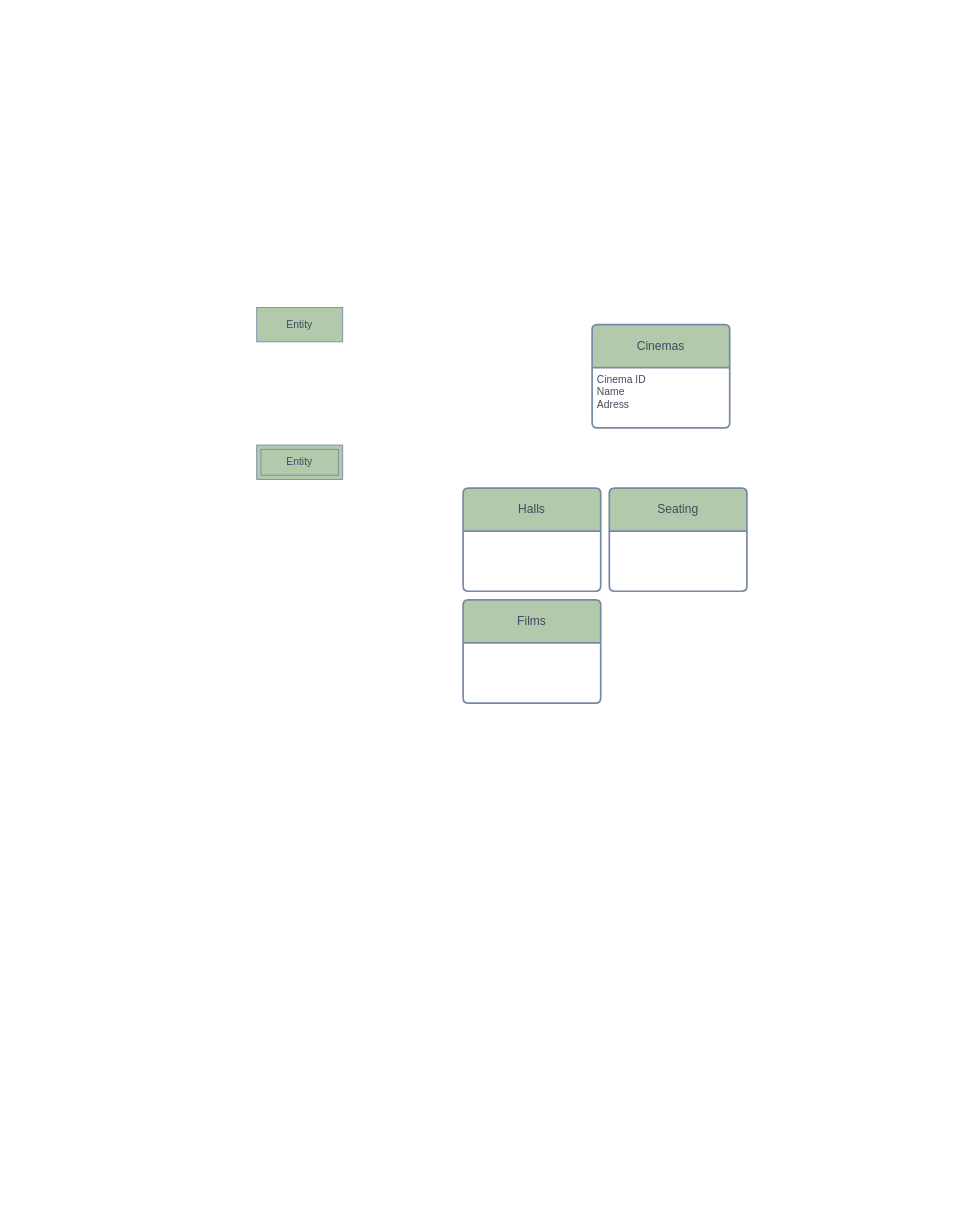
This is Cinema.drawio from IP2312/Database, a draw.io file, before an edit. Source tidied: cells renumbered, new cells numbered last; positions are measured from the earlier drawing's top-left corner, leaving out a move shared by most shapes. Both pictures are drawn from the tidied source at 86%, with x=0, y=0 at pixel (256, 307).
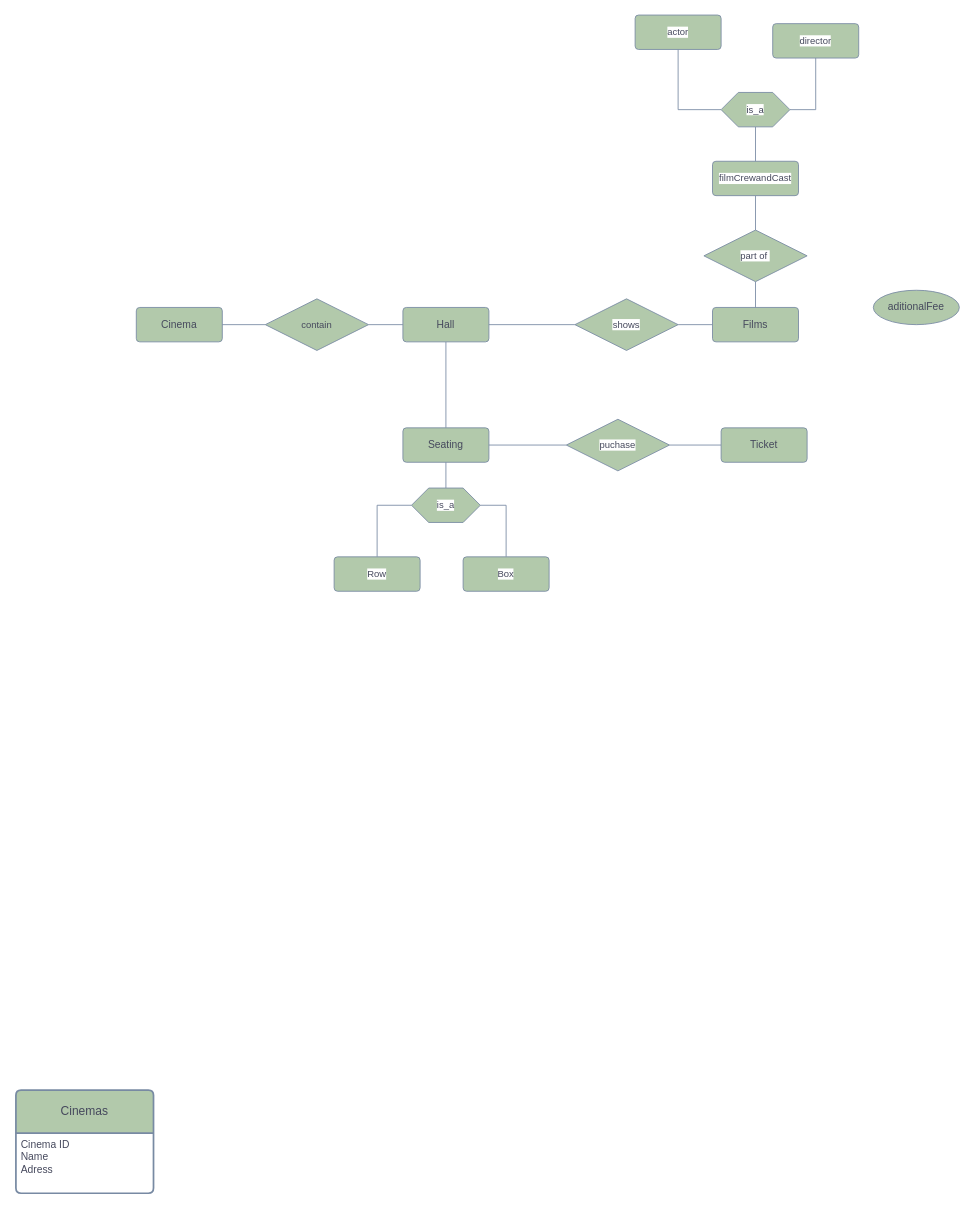
Above is the later version.

The edit, as a diff of the source:
```diff
@@
     <mxCell id="2" value="Cinemas" style="swimlane;horizontal=1;startSize=50;rounded=1;fontSize=14;fontStyle=0;strokeWidth=2;shadow=0;dashed=0;align=center;arcSize=4;whiteSpace=wrap;html=1;labelBackgroundColor=none;fillColor=#B2C9AB;strokeColor=#788AA3;fontColor=#46495D;" parent="1" vertex="1">
-      <mxGeometry x="390" y="20" width="160" height="120" as="geometry" />
+      <mxGeometry x="-280" y="910" width="160" height="120" as="geometry" />
     </mxCell>
@@
-    <mxCell id="4" value="Halls" style="swimlane;horizontal=1;startSize=50;rounded=1;fontSize=14;fontStyle=0;strokeWidth=2;shadow=0;dashed=0;align=center;arcSize=4;whiteSpace=wrap;html=1;labelBackgroundColor=none;fillColor=#B2C9AB;strokeColor=#788AA3;fontColor=#46495D;" parent="1" vertex="1">
-      <mxGeometry x="240" y="210" width="160" height="120" as="geometry" />
-    </mxCell>
+    <mxCell id="9" value="aditionalFee" style="ellipse;whiteSpace=wrap;html=1;align=center;labelBackgroundColor=none;fillColor=#B2C9AB;strokeColor=#788AA3;fontColor=#46495D;" parent="1" vertex="1">
+      <mxGeometry x="717" y="-20" width="100" height="40" as="geometry" />
+    </mxCell>
+    <mxCell id="10" style="edgeStyle=orthogonalEdgeStyle;rounded=0;jettySize=auto;html=1;strokeColor=#788AA3;fontColor=#46495D;fillColor=#B2C9AB;entryX=0.5;entryY=0;entryDx=0;entryDy=0;endArrow=none;startFill=0;" parent="1" edge="1" source="12" target="6">
+      <mxGeometry relative="1" as="geometry" />
+    </mxCell>
+    <mxCell id="11" style="edgeStyle=orthogonalEdgeStyle;shape=connector;rounded=0;jettySize=auto;html=1;entryX=0;entryY=0.5;entryDx=0;entryDy=0;strokeColor=#788AA3;align=center;verticalAlign=middle;fontFamily=Helvetica;fontSize=11;fontColor=#46495D;labelBackgroundColor=default;startFill=0;endArrow=none;fillColor=#B2C9AB;" parent="1" edge="1" source="20" target="5">
+      <mxGeometry relative="1" as="geometry" />
+    </mxCell>
+    <mxCell id="12" value="Hall" style="rounded=1;arcSize=10;whiteSpace=wrap;html=1;align=center;strokeColor=#788AA3;fontColor=#46495D;fillColor=#B2C9AB;labelBackgroundColor=none;" parent="1" vertex="1">
+      <mxGeometry x="170" width="100" height="40" as="geometry" />
+    </mxCell>
+    <mxCell id="13" style="edgeStyle=orthogonalEdgeStyle;rounded=0;jettySize=auto;html=1;strokeColor=#788AA3;fontColor=default;fillColor=#B2C9AB;endArrow=none;startFill=0;labelBackgroundColor=none;" parent="1" edge="1" source="18" target="12">
+      <mxGeometry relative="1" as="geometry" />
+    </mxCell>
+    <mxCell id="14" value="Cinema" style="rounded=1;arcSize=10;whiteSpace=wrap;html=1;align=center;strokeColor=#788AA3;fontColor=#46495D;fillColor=#B2C9AB;labelBackgroundColor=none;" parent="1" vertex="1">
+      <mxGeometry x="-140" width="100" height="40" as="geometry" />
+    </mxCell>
+    <mxCell id="15" style="edgeStyle=orthogonalEdgeStyle;shape=connector;rounded=0;jettySize=auto;html=1;entryX=0;entryY=0.5;entryDx=0;entryDy=0;strokeColor=#788AA3;align=center;verticalAlign=middle;fontFamily=Helvetica;fontSize=11;fontColor=#46495D;labelBackgroundColor=default;startFill=0;endArrow=none;fillColor=#B2C9AB;" parent="1" edge="1" source="29" target="27">
+      <mxGeometry relative="1" as="geometry" />
+    </mxCell>
+    <mxCell id="6" value="Seating" style="rounded=1;arcSize=10;whiteSpace=wrap;html=1;align=center;strokeColor=#788AA3;fontColor=#46495D;fillColor=#B2C9AB;labelBackgroundColor=none;" parent="1" vertex="1">
+      <mxGeometry x="170" y="140" width="100" height="40" as="geometry" />
+    </mxCell>
+    <mxCell id="16" style="edgeStyle=orthogonalEdgeStyle;shape=connector;rounded=0;jettySize=auto;html=1;exitX=0.5;exitY=0;exitDx=0;exitDy=0;entryX=0.5;entryY=1;entryDx=0;entryDy=0;strokeColor=#788AA3;align=center;verticalAlign=middle;fontFamily=Helvetica;fontSize=11;fontColor=#46495D;labelBackgroundColor=default;startFill=0;endArrow=none;fillColor=#B2C9AB;" parent="1" edge="1" source="32" target="30">
+      <mxGeometry relative="1" as="geometry" />
+    </mxCell>
-    <mxCell id="5" value="Films" style="swimlane;horizontal=1;startSize=50;rounded=1;fontSize=14;fontStyle=0;strokeWidth=2;shadow=0;dashed=0;align=center;arcSize=4;whiteSpace=wrap;html=1;labelBackgroundColor=none;fillColor=#B2C9AB;strokeColor=#788AA3;fontColor=#46495D;" parent="1" vertex="1">
-      <mxGeometry x="240" y="340" width="160" height="120" as="geometry" />
+    <mxCell id="5" value="Films" style="rounded=1;arcSize=10;whiteSpace=wrap;html=1;align=center;strokeColor=#788AA3;fontColor=#46495D;fillColor=#B2C9AB;labelBackgroundColor=none;" parent="1" vertex="1">
+      <mxGeometry x="530" width="100" height="40" as="geometry" />
     </mxCell>
-    <mxCell id="6" value="Seating" style="swimlane;horizontal=1;startSize=50;rounded=1;fontSize=14;fontStyle=0;strokeWidth=2;shadow=0;dashed=0;align=center;arcSize=4;whiteSpace=wrap;html=1;labelBackgroundColor=none;fillColor=#B2C9AB;strokeColor=#788AA3;fontColor=#46495D;" parent="1" vertex="1">
-      <mxGeometry x="410" y="210" width="160" height="120" as="geometry" />
-    </mxCell>
-    <mxCell id="7" value="Entity" style="shape=ext;margin=3;double=1;whiteSpace=wrap;html=1;align=center;strokeColor=#788AA3;fontColor=#46495D;fillColor=#B2C9AB;" parent="1" vertex="1">
-      <mxGeometry y="160" width="100" height="40" as="geometry" />
-    </mxCell>
-    <mxCell id="8" value="Entity" style="whiteSpace=wrap;html=1;align=center;strokeColor=#788AA3;fontColor=#46495D;fillColor=#B2C9AB;" parent="1" vertex="1">
-      <mxGeometry width="100" height="40" as="geometry" />
-    </mxCell>
+    <mxCell id="17" style="edgeStyle=orthogonalEdgeStyle;rounded=0;jettySize=auto;html=1;strokeColor=#788AA3;fontColor=default;fillColor=#B2C9AB;endArrow=none;startFill=0;labelBackgroundColor=none;" parent="1" edge="1" source="14" target="18">
+      <mxGeometry relative="1" as="geometry" />
+    </mxCell>
+    <mxCell id="18" value="contain" style="shape=rhombus;perimeter=rhombusPerimeter;whiteSpace=wrap;html=1;align=center;strokeColor=#788AA3;fontFamily=Helvetica;fontSize=11;fontColor=#46495D;labelBackgroundColor=none;fillColor=#B2C9AB;" parent="1" vertex="1">
+      <mxGeometry x="10" y="-10" width="120" height="60" as="geometry" />
+    </mxCell>
+    <mxCell id="19" style="edgeStyle=orthogonalEdgeStyle;shape=connector;rounded=0;jettySize=auto;html=1;entryX=0;entryY=0.5;entryDx=0;entryDy=0;strokeColor=#788AA3;align=center;verticalAlign=middle;fontFamily=Helvetica;fontSize=11;fontColor=#46495D;labelBackgroundColor=default;startFill=0;endArrow=none;fillColor=#B2C9AB;" parent="1" edge="1" source="12" target="20">
+      <mxGeometry relative="1" as="geometry" />
+    </mxCell>
+    <mxCell id="20" value="shows" style="shape=rhombus;perimeter=rhombusPerimeter;whiteSpace=wrap;html=1;align=center;strokeColor=#788AA3;fontFamily=Helvetica;fontSize=11;fontColor=#46495D;labelBackgroundColor=default;fillColor=#B2C9AB;" parent="1" vertex="1">
+      <mxGeometry x="370" y="-10" width="120" height="60" as="geometry" />
+    </mxCell>
+    <mxCell id="21" style="edgeStyle=orthogonalEdgeStyle;shape=connector;rounded=0;jettySize=auto;html=1;entryX=0;entryY=0.5;entryDx=0;entryDy=0;strokeColor=#788AA3;align=center;verticalAlign=middle;fontFamily=Helvetica;fontSize=11;fontColor=#46495D;labelBackgroundColor=default;startFill=0;endArrow=none;fillColor=#B2C9AB;" parent="1" edge="1" source="22" target="26">
+      <mxGeometry relative="1" as="geometry" />
+    </mxCell>
+    <mxCell id="22" value="Row" style="rounded=1;arcSize=10;whiteSpace=wrap;html=1;align=center;strokeColor=#788AA3;fontFamily=Helvetica;fontSize=11;fontColor=#46495D;labelBackgroundColor=default;fillColor=#B2C9AB;" parent="1" vertex="1">
+      <mxGeometry x="90" y="290" width="100" height="40" as="geometry" />
+    </mxCell>
+    <mxCell id="23" style="edgeStyle=orthogonalEdgeStyle;shape=connector;rounded=0;jettySize=auto;html=1;entryX=1;entryY=0.5;entryDx=0;entryDy=0;strokeColor=#788AA3;align=center;verticalAlign=middle;fontFamily=Helvetica;fontSize=11;fontColor=#46495D;labelBackgroundColor=default;startFill=0;endArrow=none;fillColor=#B2C9AB;" parent="1" edge="1" source="24" target="26">
+      <mxGeometry relative="1" as="geometry" />
+    </mxCell>
+    <mxCell id="24" value="Box" style="rounded=1;arcSize=10;whiteSpace=wrap;html=1;align=center;strokeColor=#788AA3;fontFamily=Helvetica;fontSize=11;fontColor=#46495D;labelBackgroundColor=default;fillColor=#B2C9AB;" parent="1" vertex="1">
+      <mxGeometry x="240" y="290" width="100" height="40" as="geometry" />
+    </mxCell>
+    <mxCell id="25" style="edgeStyle=orthogonalEdgeStyle;shape=connector;rounded=0;jettySize=auto;html=1;exitX=0.5;exitY=0;exitDx=0;exitDy=0;entryX=0.5;entryY=1;entryDx=0;entryDy=0;strokeColor=#788AA3;align=center;verticalAlign=middle;fontFamily=Helvetica;fontSize=11;fontColor=#46495D;labelBackgroundColor=default;startFill=0;endArrow=none;fillColor=#B2C9AB;" parent="1" edge="1" source="26" target="6">
+      <mxGeometry relative="1" as="geometry" />
+    </mxCell>
+    <mxCell id="26" value="is_a" style="shape=hexagon;perimeter=hexagonPerimeter2;whiteSpace=wrap;html=1;fixedSize=1;strokeColor=#788AA3;fontFamily=Helvetica;fontSize=11;fontColor=#46495D;labelBackgroundColor=default;fillColor=#B2C9AB;" parent="1" vertex="1">
+      <mxGeometry x="180" y="210" width="80" height="40" as="geometry" />
+    </mxCell>
+    <mxCell id="27" value="Ticket" style="rounded=1;arcSize=10;whiteSpace=wrap;html=1;align=center;strokeColor=#788AA3;fontColor=#46495D;fillColor=#B2C9AB;labelBackgroundColor=none;" parent="1" vertex="1">
+      <mxGeometry x="540" y="140" width="100" height="40" as="geometry" />
+    </mxCell>
+    <mxCell id="28" style="edgeStyle=orthogonalEdgeStyle;shape=connector;rounded=0;jettySize=auto;html=1;entryX=0;entryY=0.5;entryDx=0;entryDy=0;strokeColor=#788AA3;align=center;verticalAlign=middle;fontFamily=Helvetica;fontSize=11;fontColor=#46495D;labelBackgroundColor=default;startFill=0;endArrow=none;fillColor=#B2C9AB;" parent="1" edge="1" source="6" target="29">
+      <mxGeometry relative="1" as="geometry" />
+    </mxCell>
+    <mxCell id="29" value="puchase" style="shape=rhombus;perimeter=rhombusPerimeter;whiteSpace=wrap;html=1;align=center;strokeColor=#788AA3;fontFamily=Helvetica;fontSize=11;fontColor=#46495D;labelBackgroundColor=default;fillColor=#B2C9AB;" parent="1" vertex="1">
+      <mxGeometry x="360" y="130" width="120" height="60" as="geometry" />
+    </mxCell>
+    <mxCell id="30" value="filmCrewandCast" style="rounded=1;arcSize=10;whiteSpace=wrap;html=1;align=center;strokeColor=#788AA3;fontFamily=Helvetica;fontSize=11;fontColor=#46495D;labelBackgroundColor=default;fillColor=#B2C9AB;" parent="1" vertex="1">
+      <mxGeometry x="530" y="-170" width="100" height="40" as="geometry" />
+    </mxCell>
+    <mxCell id="31" style="edgeStyle=orthogonalEdgeStyle;shape=connector;rounded=0;jettySize=auto;html=1;exitX=0.5;exitY=0;exitDx=0;exitDy=0;entryX=0.5;entryY=1;entryDx=0;entryDy=0;strokeColor=#788AA3;align=center;verticalAlign=middle;fontFamily=Helvetica;fontSize=11;fontColor=#46495D;labelBackgroundColor=default;startFill=0;endArrow=none;fillColor=#B2C9AB;" parent="1" edge="1" source="5" target="32">
+      <mxGeometry relative="1" as="geometry" />
+    </mxCell>
+    <mxCell id="32" value="part of&amp;nbsp;" style="shape=rhombus;perimeter=rhombusPerimeter;whiteSpace=wrap;html=1;align=center;strokeColor=#788AA3;fontFamily=Helvetica;fontSize=11;fontColor=#46495D;labelBackgroundColor=default;fillColor=#B2C9AB;" parent="1" vertex="1">
+      <mxGeometry x="520" y="-90" width="120" height="60" as="geometry" />
+    </mxCell>
+    <mxCell id="33" style="edgeStyle=orthogonalEdgeStyle;shape=connector;rounded=0;jettySize=auto;html=1;entryX=0.5;entryY=0;entryDx=0;entryDy=0;strokeColor=#788AA3;align=center;verticalAlign=middle;fontFamily=Helvetica;fontSize=11;fontColor=#46495D;labelBackgroundColor=default;startFill=0;endArrow=none;fillColor=#B2C9AB;" parent="1" edge="1" source="34" target="30">
+      <mxGeometry relative="1" as="geometry" />
+    </mxCell>
+    <mxCell id="34" value="is_a" style="shape=hexagon;perimeter=hexagonPerimeter2;whiteSpace=wrap;html=1;fixedSize=1;strokeColor=#788AA3;fontFamily=Helvetica;fontSize=11;fontColor=#46495D;labelBackgroundColor=default;fillColor=#B2C9AB;" parent="1" vertex="1">
+      <mxGeometry x="540" y="-250" width="80" height="40" as="geometry" />
+    </mxCell>
+    <mxCell id="35" style="edgeStyle=orthogonalEdgeStyle;shape=connector;rounded=0;jettySize=auto;html=1;entryX=0;entryY=0.5;entryDx=0;entryDy=0;strokeColor=#788AA3;align=center;verticalAlign=middle;fontFamily=Helvetica;fontSize=11;fontColor=#46495D;labelBackgroundColor=default;startFill=0;endArrow=none;fillColor=#B2C9AB;" parent="1" edge="1" source="36" target="34">
+      <mxGeometry relative="1" as="geometry" />
+    </mxCell>
+    <mxCell id="36" value="actor" style="rounded=1;arcSize=10;whiteSpace=wrap;html=1;align=center;strokeColor=#788AA3;fontFamily=Helvetica;fontSize=11;fontColor=#46495D;labelBackgroundColor=default;fillColor=#B2C9AB;" parent="1" vertex="1">
+      <mxGeometry x="440" y="-340" width="100" height="40" as="geometry" />
+    </mxCell>
+    <mxCell id="37" style="edgeStyle=orthogonalEdgeStyle;shape=connector;rounded=0;jettySize=auto;html=1;entryX=1;entryY=0.5;entryDx=0;entryDy=0;strokeColor=#788AA3;align=center;verticalAlign=middle;fontFamily=Helvetica;fontSize=11;fontColor=#46495D;labelBackgroundColor=default;startFill=0;endArrow=none;fillColor=#B2C9AB;" parent="1" edge="1" source="38" target="34">
+      <mxGeometry relative="1" as="geometry" />
+    </mxCell>
+    <mxCell id="38" value="director" style="rounded=1;arcSize=10;whiteSpace=wrap;html=1;align=center;strokeColor=#788AA3;fontFamily=Helvetica;fontSize=11;fontColor=#46495D;labelBackgroundColor=default;fillColor=#B2C9AB;" parent="1" vertex="1">
+      <mxGeometry x="600" y="-330" width="100" height="40" as="geometry" />
+    </mxCell>
```
